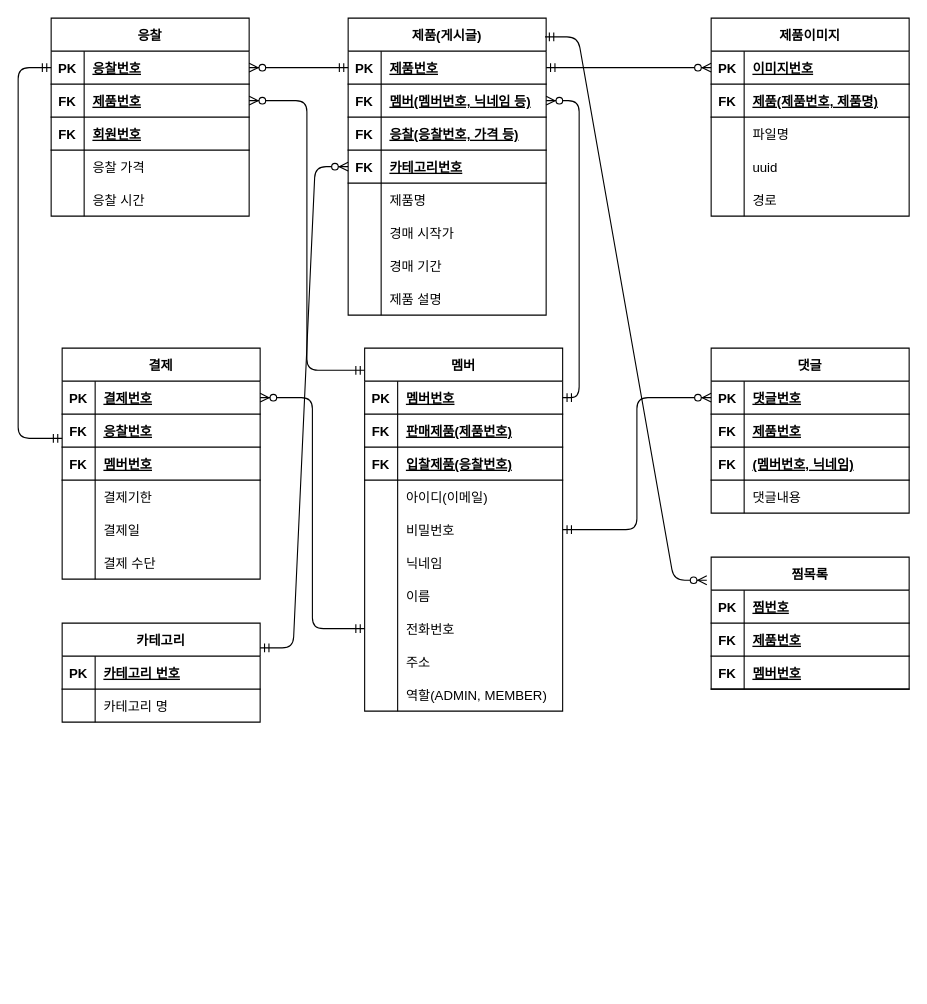
Unbbox/auctionarena keeps this draw.io diagram as page "Page-1" (1 of 2) of ERD_재인.drawio. Above is the earlier version. Source tidied: cells renumbered, new cells numbered last; positions are measured from the earlier drawing's top-left corner, leaving out a move shared by most shapes. Both pictures are drawn from the tidied source at 110%, with x=0, y=0 at pixel (18, 18).
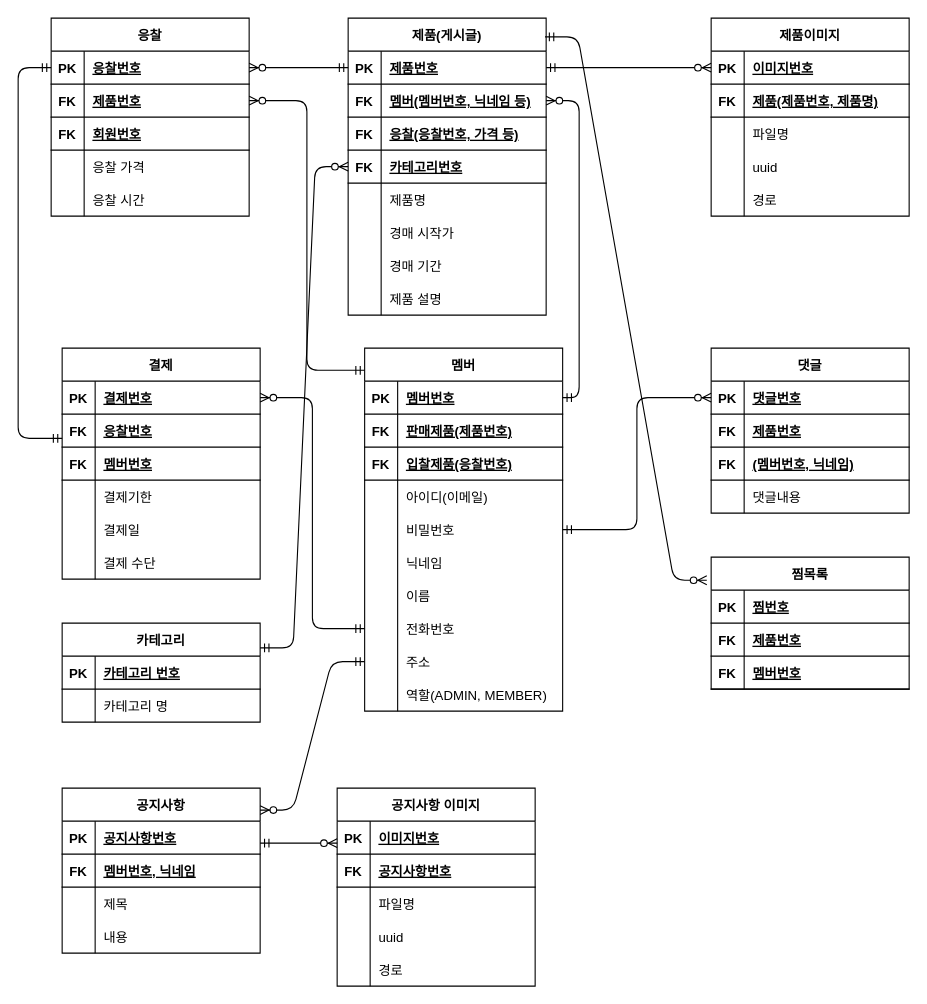
Above is the later version.

The change refers to these unchanged cells:
```xml
<mxCell id="27" style="shape=tableRow;horizontal=0;startSize=0;swimlaneHead=0;swimlaneBody=0;fillColor=none;points=[[0,0.5],[1,0.5]];portConstraint=eastwest;top=0;left=0;right=0;bottom=0;" parent="2" vertex="1">
  <mxGeometry y="270" width="180" height="30" as="geometry" />
</mxCell>
```

The edit, as a diff of the source:
```diff
@@
+    <mxCell id="148" value="공지사항" style="shape=table;startSize=30;childLayout=tableLayout;rowLines=0;fontStyle=1;align=center;" parent="1" vertex="1">
+      <mxGeometry x="40" y="700" width="180" height="150" as="geometry" />
+    </mxCell>
+    <mxCell id="149" style="shape=tableRow;horizontal=0;startSize=0;swimlaneHead=0;swimlaneBody=0;fillColor=none;top=0;left=0;right=0;bottom=1;" parent="148" vertex="1">
+      <mxGeometry y="30" width="180" height="30" as="geometry" />
+    </mxCell>
+    <mxCell id="150" value="PK" style="shape=partialRectangle;fillColor=none;top=0;left=0;bottom=0;right=0;fontStyle=1;overflow=hidden;" parent="149" vertex="1">
+      <mxGeometry width="30" height="30" as="geometry" />
+    </mxCell>
+    <mxCell id="151" value="공지사항번호" style="shape=partialRectangle;fillColor=none;top=0;left=0;bottom=0;right=0;align=left;spacingLeft=6;fontStyle=5;overflow=hidden;" parent="149" vertex="1">
+      <mxGeometry x="30" width="150" height="30" as="geometry" />
+    </mxCell>
+    <mxCell id="152" style="shape=tableRow;horizontal=0;startSize=0;swimlaneHead=0;swimlaneBody=0;fillColor=none;top=0;left=0;right=0;bottom=1;" parent="148" vertex="1">
+      <mxGeometry y="60" width="180" height="30" as="geometry" />
+    </mxCell>
+    <mxCell id="153" value="FK" style="shape=partialRectangle;fillColor=none;top=0;left=0;bottom=0;right=0;fontStyle=1;overflow=hidden;" parent="152" vertex="1">
+      <mxGeometry width="30" height="30" as="geometry" />
+    </mxCell>
+    <mxCell id="154" value="멤버번호, 닉네임" style="shape=partialRectangle;fillColor=none;top=0;left=0;bottom=0;right=0;align=left;spacingLeft=6;fontStyle=5;overflow=hidden;" parent="152" vertex="1">
+      <mxGeometry x="30" width="150" height="30" as="geometry" />
+    </mxCell>
+    <mxCell id="155" style="shape=tableRow;horizontal=0;startSize=0;swimlaneHead=0;swimlaneBody=0;fillColor=none;top=0;left=0;right=0;bottom=0;" parent="148" vertex="1">
+      <mxGeometry y="90" width="180" height="30" as="geometry" />
+    </mxCell>
+    <mxCell id="156" style="shape=partialRectangle;fillColor=none;top=0;left=0;bottom=0;right=0;overflow=hidden;" parent="155" vertex="1">
+      <mxGeometry width="30" height="30" as="geometry" />
+    </mxCell>
+    <mxCell id="157" value="제목" style="shape=partialRectangle;fillColor=none;top=0;left=0;bottom=0;right=0;align=left;spacingLeft=6;overflow=hidden;" parent="155" vertex="1">
+      <mxGeometry x="30" width="150" height="30" as="geometry" />
+    </mxCell>
+    <mxCell id="158" style="shape=tableRow;horizontal=0;startSize=0;swimlaneHead=0;swimlaneBody=0;fillColor=none;top=0;left=0;right=0;bottom=0;" parent="148" vertex="1">
+      <mxGeometry y="120" width="180" height="30" as="geometry" />
+    </mxCell>
+    <mxCell id="159" style="shape=partialRectangle;fillColor=none;top=0;left=0;bottom=0;right=0;overflow=hidden;" parent="158" vertex="1">
+      <mxGeometry width="30" height="30" as="geometry" />
+    </mxCell>
+    <mxCell id="160" value="내용" style="shape=partialRectangle;fillColor=none;top=0;left=0;bottom=0;right=0;align=left;spacingLeft=6;overflow=hidden;" parent="158" vertex="1">
+      <mxGeometry x="30" width="150" height="30" as="geometry" />
+    </mxCell>
+    <mxCell id="161" value="공지사항 이미지" style="shape=table;startSize=30;childLayout=tableLayout;rowLines=0;fontStyle=1;align=center;" parent="1" vertex="1">
+      <mxGeometry x="290" y="700" width="180" height="180" as="geometry" />
+    </mxCell>
+    <mxCell id="162" style="shape=tableRow;horizontal=0;startSize=0;swimlaneHead=0;swimlaneBody=0;fillColor=none;top=0;left=0;right=0;bottom=1;" parent="161" vertex="1">
+      <mxGeometry y="30" width="180" height="30" as="geometry" />
+    </mxCell>
+    <mxCell id="163" value="PK" style="shape=partialRectangle;fillColor=none;top=0;left=0;bottom=0;right=0;fontStyle=1;overflow=hidden;" parent="162" vertex="1">
+      <mxGeometry width="30" height="30" as="geometry" />
+    </mxCell>
+    <mxCell id="164" value="이미지번호" style="shape=partialRectangle;fillColor=none;top=0;left=0;bottom=0;right=0;align=left;spacingLeft=6;fontStyle=5;overflow=hidden;" parent="162" vertex="1">
+      <mxGeometry x="30" width="150" height="30" as="geometry" />
+    </mxCell>
+    <mxCell id="165" style="shape=tableRow;horizontal=0;startSize=0;swimlaneHead=0;swimlaneBody=0;fillColor=none;top=0;left=0;right=0;bottom=1;" parent="161" vertex="1">
+      <mxGeometry y="60" width="180" height="30" as="geometry" />
+    </mxCell>
+    <mxCell id="166" value="FK" style="shape=partialRectangle;fillColor=none;top=0;left=0;bottom=0;right=0;fontStyle=1;overflow=hidden;" parent="165" vertex="1">
+      <mxGeometry width="30" height="30" as="geometry" />
+    </mxCell>
+    <mxCell id="167" value="공지사항번호" style="shape=partialRectangle;fillColor=none;top=0;left=0;bottom=0;right=0;align=left;spacingLeft=6;fontStyle=5;overflow=hidden;" parent="165" vertex="1">
+      <mxGeometry x="30" width="150" height="30" as="geometry" />
+    </mxCell>
+    <mxCell id="168" style="shape=tableRow;horizontal=0;startSize=0;swimlaneHead=0;swimlaneBody=0;fillColor=none;top=0;left=0;right=0;bottom=0;" parent="161" vertex="1">
+      <mxGeometry y="90" width="180" height="30" as="geometry" />
+    </mxCell>
+    <mxCell id="169" style="shape=partialRectangle;fillColor=none;top=0;left=0;bottom=0;right=0;overflow=hidden;" parent="168" vertex="1">
+      <mxGeometry width="30" height="30" as="geometry" />
+    </mxCell>
+    <mxCell id="170" value="파일명" style="shape=partialRectangle;fillColor=none;top=0;left=0;bottom=0;right=0;align=left;spacingLeft=6;overflow=hidden;" parent="168" vertex="1">
+      <mxGeometry x="30" width="150" height="30" as="geometry" />
+    </mxCell>
+    <mxCell id="171" style="shape=tableRow;horizontal=0;startSize=0;swimlaneHead=0;swimlaneBody=0;fillColor=none;top=0;left=0;right=0;bottom=0;" parent="161" vertex="1">
+      <mxGeometry y="120" width="180" height="30" as="geometry" />
+    </mxCell>
+    <mxCell id="172" style="shape=partialRectangle;fillColor=none;top=0;left=0;bottom=0;right=0;overflow=hidden;" parent="171" vertex="1">
+      <mxGeometry width="30" height="30" as="geometry" />
+    </mxCell>
+    <mxCell id="173" value="uuid" style="shape=partialRectangle;fillColor=none;top=0;left=0;bottom=0;right=0;align=left;spacingLeft=6;overflow=hidden;" parent="171" vertex="1">
+      <mxGeometry x="30" width="150" height="30" as="geometry" />
+    </mxCell>
+    <mxCell id="174" style="shape=tableRow;horizontal=0;startSize=0;swimlaneHead=0;swimlaneBody=0;fillColor=none;top=0;left=0;right=0;bottom=0;" parent="161" vertex="1">
+      <mxGeometry y="150" width="180" height="30" as="geometry" />
+    </mxCell>
+    <mxCell id="175" style="shape=partialRectangle;fillColor=none;top=0;left=0;bottom=0;right=0;overflow=hidden;" parent="174" vertex="1">
+      <mxGeometry width="30" height="30" as="geometry" />
+    </mxCell>
+    <mxCell id="176" value="경로" style="shape=partialRectangle;fillColor=none;top=0;left=0;bottom=0;right=0;align=left;spacingLeft=6;overflow=hidden;" parent="174" vertex="1">
+      <mxGeometry x="30" width="150" height="30" as="geometry" />
+    </mxCell>
+    <mxCell id="177" style="edgeStyle=entityRelationEdgeStyle;fontSize=12;html=1;endArrow=ERzeroToMany;startArrow=ERmandOne;entryX=1;entryY=0.133;entryDx=0;entryDy=0;entryPerimeter=0;exitX=0;exitY=0.5;exitDx=0;exitDy=0;" parent="1" edge="1" source="27" target="148">
+      <mxGeometry relative="1" as="geometry" />
+    </mxCell>
+    <mxCell id="178" style="edgeStyle=entityRelationEdgeStyle;fontSize=12;html=1;endArrow=ERzeroToMany;startArrow=ERmandOne;exitX=1;exitY=0.5;exitDx=0;exitDy=0;" parent="1" edge="1">
+      <mxGeometry relative="1" as="geometry">
+        <mxPoint x="220" y="750" as="sourcePoint" />
+        <mxPoint x="290" y="750" as="targetPoint" />
+      </mxGeometry>
+    </mxCell>
```
